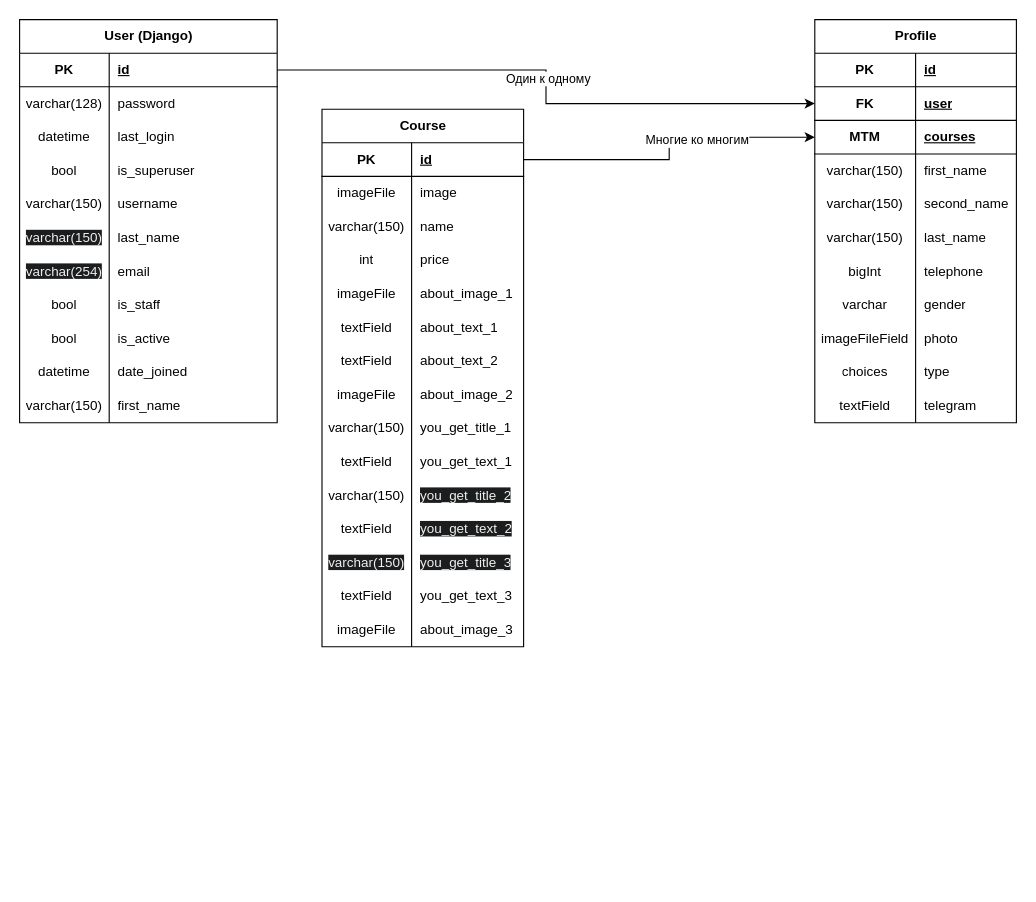
This is database_tables_diagram.drawio from Rade16/All-in-school-React, a draw.io file, before an edit. Source tidied: cells renumbered, new cells numbered last; positions are measured from the earlier drawing's top-left corner, leaving out a move shared by most shapes. Both pictures are drawn from the tidied source at 112%, with x=0, y=0 at pixel (19, 19).
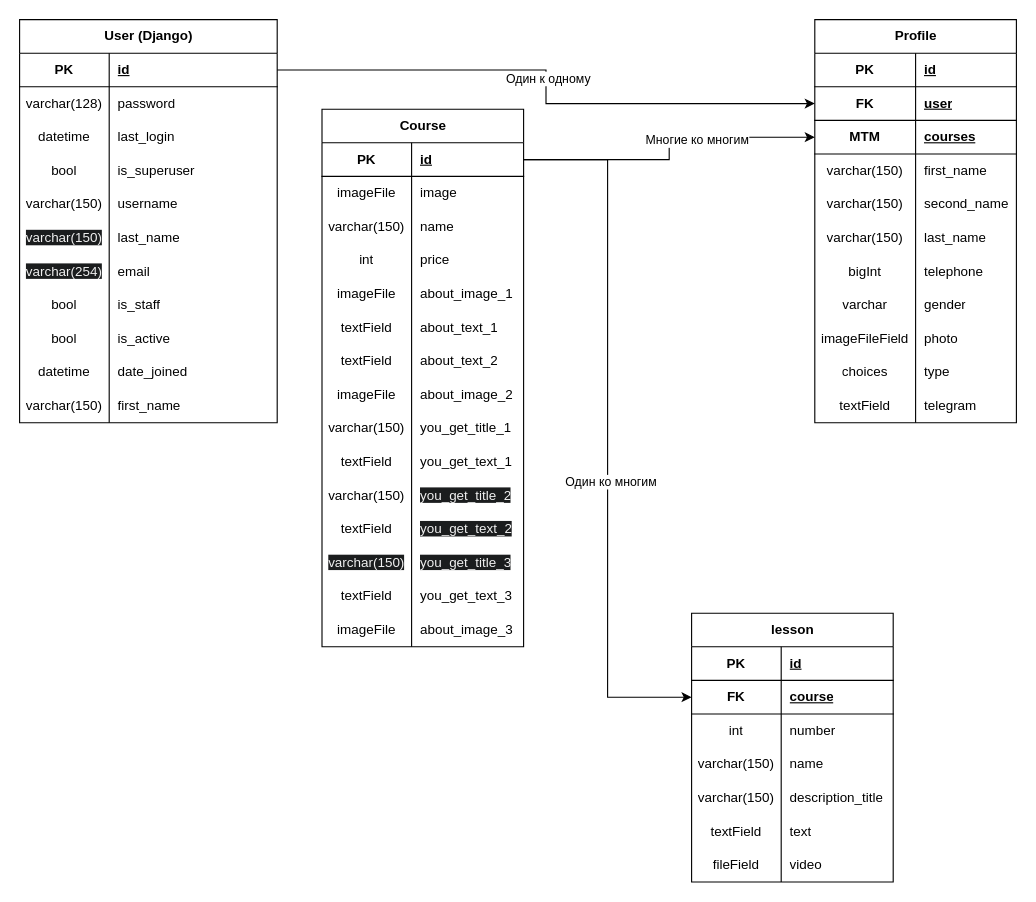
The same page after the edit.

Unchanged cells that the change refers to:
```xml
<mxCell id="73" style="shape=tableRow;horizontal=0;startSize=0;swimlaneHead=0;swimlaneBody=0;fillColor=none;points=[[0,0.5],[1,0.5]];portConstraint=eastwest;top=0;left=0;right=0;bottom=1;" parent="72" vertex="1">
  <mxGeometry y="30" width="180" height="30" as="geometry" />
</mxCell>
```

Change to the diagram source:
```diff
@@
+    <mxCell id="120" value="lesson" style="shape=table;startSize=30;childLayout=tableLayout;rowLines=0;fontStyle=1;align=center;html=1;" parent="1" vertex="1">
+      <mxGeometry x="600" y="530" width="180" height="240" as="geometry" />
+    </mxCell>
+    <mxCell id="121" style="shape=tableRow;horizontal=0;startSize=0;swimlaneHead=0;swimlaneBody=0;fillColor=none;top=0;left=0;right=0;bottom=1;" parent="120" vertex="1">
+      <mxGeometry y="30" width="180" height="30" as="geometry" />
+    </mxCell>
+    <mxCell id="122" value="PK" style="shape=partialRectangle;fillColor=none;top=0;left=0;bottom=0;right=0;fontStyle=1;overflow=hidden;whiteSpace=wrap;html=1;" parent="121" vertex="1">
+      <mxGeometry width="80" height="30" as="geometry" />
+    </mxCell>
+    <mxCell id="123" value="id" style="shape=partialRectangle;fillColor=none;top=0;left=0;bottom=0;right=0;align=left;spacingLeft=6;fontStyle=5;overflow=hidden;whiteSpace=wrap;html=1;" parent="121" vertex="1">
+      <mxGeometry x="80" width="100" height="30" as="geometry" />
+    </mxCell>
+    <mxCell id="124" style="shape=tableRow;horizontal=0;startSize=0;swimlaneHead=0;swimlaneBody=0;fillColor=none;points=[[0,0.5],[1,0.5]];portConstraint=eastwest;top=0;left=0;right=0;bottom=1;" parent="120" vertex="1">
+      <mxGeometry y="60" width="180" height="30" as="geometry" />
+    </mxCell>
+    <mxCell id="125" value="FK" style="shape=partialRectangle;fillColor=none;top=0;left=0;bottom=0;right=0;fontStyle=1;overflow=hidden;whiteSpace=wrap;html=1;" parent="124" vertex="1">
+      <mxGeometry width="80" height="30" as="geometry" />
+    </mxCell>
+    <mxCell id="126" value="course" style="shape=partialRectangle;fillColor=none;top=0;left=0;bottom=0;right=0;align=left;spacingLeft=6;fontStyle=5;overflow=hidden;whiteSpace=wrap;html=1;" parent="124" vertex="1">
+      <mxGeometry x="80" width="100" height="30" as="geometry" />
+    </mxCell>
+    <mxCell id="127" style="shape=tableRow;horizontal=0;startSize=0;swimlaneHead=0;swimlaneBody=0;fillColor=none;top=0;left=0;right=0;bottom=0;" parent="120" vertex="1">
+      <mxGeometry y="90" width="180" height="30" as="geometry" />
+    </mxCell>
+    <mxCell id="128" value="int" style="shape=partialRectangle;fillColor=none;top=0;left=0;bottom=0;right=0;overflow=hidden;whiteSpace=wrap;html=1;" parent="127" vertex="1">
+      <mxGeometry width="80" height="30" as="geometry" />
+    </mxCell>
+    <mxCell id="129" value="number" style="shape=partialRectangle;fillColor=none;top=0;left=0;bottom=0;right=0;align=left;spacingLeft=6;overflow=hidden;whiteSpace=wrap;html=1;" parent="127" vertex="1">
+      <mxGeometry x="80" width="100" height="30" as="geometry" />
+    </mxCell>
+    <mxCell id="130" style="shape=tableRow;horizontal=0;startSize=0;swimlaneHead=0;swimlaneBody=0;fillColor=none;top=0;left=0;right=0;bottom=0;" parent="120" vertex="1">
+      <mxGeometry y="120" width="180" height="30" as="geometry" />
+    </mxCell>
+    <mxCell id="131" value="varchar(150)" style="shape=partialRectangle;fillColor=none;top=0;left=0;bottom=0;right=0;overflow=hidden;whiteSpace=wrap;html=1;" parent="130" vertex="1">
+      <mxGeometry width="80" height="30" as="geometry" />
+    </mxCell>
+    <mxCell id="132" value="name" style="shape=partialRectangle;fillColor=none;top=0;left=0;bottom=0;right=0;align=left;spacingLeft=6;overflow=hidden;whiteSpace=wrap;html=1;" parent="130" vertex="1">
+      <mxGeometry x="80" width="100" height="30" as="geometry" />
+    </mxCell>
+    <mxCell id="133" style="shape=tableRow;horizontal=0;startSize=0;swimlaneHead=0;swimlaneBody=0;fillColor=none;top=0;left=0;right=0;bottom=0;" parent="120" vertex="1">
+      <mxGeometry y="150" width="180" height="30" as="geometry" />
+    </mxCell>
+    <mxCell id="134" value="varchar(150)" style="shape=partialRectangle;fillColor=none;top=0;left=0;bottom=0;right=0;overflow=hidden;whiteSpace=wrap;html=1;" parent="133" vertex="1">
+      <mxGeometry width="80" height="30" as="geometry" />
+    </mxCell>
+    <mxCell id="135" value="description_title" style="shape=partialRectangle;fillColor=none;top=0;left=0;bottom=0;right=0;align=left;spacingLeft=6;overflow=hidden;whiteSpace=wrap;html=1;" parent="133" vertex="1">
+      <mxGeometry x="80" width="100" height="30" as="geometry" />
+    </mxCell>
+    <mxCell id="136" style="shape=tableRow;horizontal=0;startSize=0;swimlaneHead=0;swimlaneBody=0;fillColor=none;top=0;left=0;right=0;bottom=0;" parent="120" vertex="1">
+      <mxGeometry y="180" width="180" height="30" as="geometry" />
+    </mxCell>
+    <mxCell id="137" value="textField" style="shape=partialRectangle;fillColor=none;top=0;left=0;bottom=0;right=0;overflow=hidden;whiteSpace=wrap;html=1;" parent="136" vertex="1">
+      <mxGeometry width="80" height="30" as="geometry" />
+    </mxCell>
+    <mxCell id="138" value="text" style="shape=partialRectangle;fillColor=none;top=0;left=0;bottom=0;right=0;align=left;spacingLeft=6;overflow=hidden;whiteSpace=wrap;html=1;" parent="136" vertex="1">
+      <mxGeometry x="80" width="100" height="30" as="geometry" />
+    </mxCell>
+    <mxCell id="139" style="shape=tableRow;horizontal=0;startSize=0;swimlaneHead=0;swimlaneBody=0;fillColor=none;top=0;left=0;right=0;bottom=0;" parent="120" vertex="1">
+      <mxGeometry y="210" width="180" height="30" as="geometry" />
+    </mxCell>
+    <mxCell id="140" value="fileField" style="shape=partialRectangle;fillColor=none;top=0;left=0;bottom=0;right=0;overflow=hidden;whiteSpace=wrap;html=1;" parent="139" vertex="1">
+      <mxGeometry width="80" height="30" as="geometry" />
+    </mxCell>
+    <mxCell id="141" value="video" style="shape=partialRectangle;fillColor=none;top=0;left=0;bottom=0;right=0;align=left;spacingLeft=6;overflow=hidden;whiteSpace=wrap;html=1;" parent="139" vertex="1">
+      <mxGeometry x="80" width="100" height="30" as="geometry" />
+    </mxCell>
+    <mxCell id="142" style="edgeStyle=orthogonalEdgeStyle;rounded=0;jettySize=auto;html=1;exitX=1;exitY=0.5;exitDx=0;exitDy=0;entryX=0;entryY=0.5;entryDx=0;entryDy=0;" parent="1" edge="1" source="73" target="124">
+      <mxGeometry relative="1" as="geometry" />
+    </mxCell>
+    <mxCell id="143" value="Один ко многим" style="edgeLabel;html=1;align=center;verticalAlign=middle;" parent="142" vertex="1">
+      <mxGeometry x="0.15" y="2" relative="1" as="geometry" />
+    </mxCell>
```
